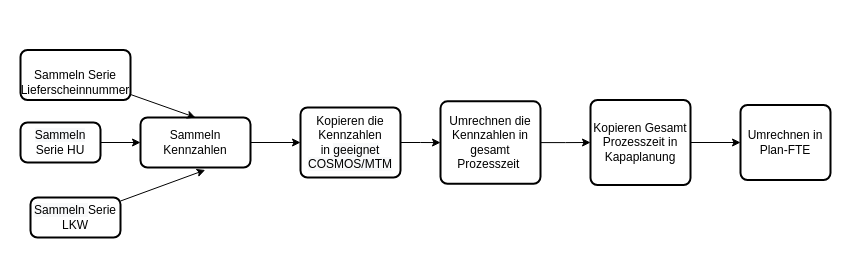
The draw.io diagram Kapaplanung.drawio in Ryuuko/drawIo, before the edit. Source tidied: cells renumbered, new cells numbered last; positions are measured from the earlier drawing's top-left corner, leaving out a move shared by most shapes. Both pictures are drawn from the tidied source at 100%, with x=0, y=0 at pixel (20, 49).
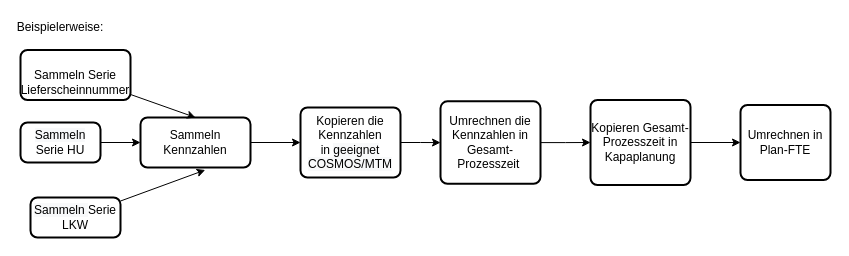
Above is the later version.

The edit, as a diff of the source:
```diff
@@
 <mxGraphModel>
   <root>
     <mxCell id="0" />
     <mxCell id="1" parent="0" />
     <mxCell id="2" style="edgeStyle=orthogonalEdgeStyle;rounded=0;jettySize=auto;html=1;" parent="1" edge="1" source="3" target="9">
       <mxGeometry relative="1" as="geometry" />
     </mxCell>
     <mxCell id="3" value="Sammeln Kennzahlen" style="rounded=1;whiteSpace=wrap;html=1;absoluteArcSize=1;arcSize=14;strokeWidth=2;" parent="1" vertex="1">
       <mxGeometry x="120" y="68" width="110" height="50" as="geometry" />
     </mxCell>
     <mxCell id="4" style="edgeStyle=orthogonalEdgeStyle;rounded=0;jettySize=auto;html=1;" parent="1" edge="1" source="5" target="7">
       <mxGeometry relative="1" as="geometry" />
     </mxCell>
-    <mxCell id="5" value="Umrechnen die Kennzahlen in gesamt Prozesszeit&amp;nbsp;" style="rounded=1;whiteSpace=wrap;html=1;absoluteArcSize=1;arcSize=14;strokeWidth=2;" parent="1" vertex="1">
+    <mxCell id="5" value="Umrechnen die Kennzahlen in Gesamt- Prozesszeit&amp;nbsp;" style="rounded=1;whiteSpace=wrap;html=1;absoluteArcSize=1;arcSize=14;strokeWidth=2;" parent="1" vertex="1">
       <mxGeometry x="420" y="51.8" width="100" height="82.5" as="geometry" />
     </mxCell>
     <mxCell id="6" style="edgeStyle=orthogonalEdgeStyle;rounded=0;jettySize=auto;html=1;" parent="1" edge="1" source="7" target="10">
       <mxGeometry relative="1" as="geometry" />
     </mxCell>
-    <mxCell id="7" value="Kopieren Gesamt Prozesszeit in Kapaplanung" style="rounded=1;whiteSpace=wrap;html=1;absoluteArcSize=1;arcSize=14;strokeWidth=2;" parent="1" vertex="1">
+    <mxCell id="7" value="Kopieren Gesamt- Prozesszeit in Kapaplanung" style="rounded=1;whiteSpace=wrap;html=1;absoluteArcSize=1;arcSize=14;strokeWidth=2;" parent="1" vertex="1">
       <mxGeometry x="570" y="50.5" width="100" height="85" as="geometry" />
     </mxCell>
     <mxCell id="8" style="edgeStyle=orthogonalEdgeStyle;rounded=0;jettySize=auto;html=1;" parent="1" edge="1" source="9" target="5">
       <mxGeometry relative="1" as="geometry" />
     </mxCell>
     <mxCell id="9" value="Kopieren die Kennzahlen in&amp;nbsp;&lt;span style=&quot;font: 12px / 1.2 &amp;#34;helvetica&amp;#34; ; text-align: center ; color: rgb(0 , 0 , 0) ; text-transform: none ; text-indent: 0px ; letter-spacing: normal ; text-decoration: none ; word-spacing: 0px ; display: inline ; float: none ; overflow-wrap: normal ; background-color: rgb(248 , 249 , 250)&quot;&gt;geeignet COSMOS/MTM&lt;/span&gt;" style="rounded=1;whiteSpace=wrap;html=1;absoluteArcSize=1;arcSize=14;strokeWidth=2;" parent="1" vertex="1">
       <mxGeometry x="280" y="58" width="100" height="70" as="geometry" />
     </mxCell>
     <mxCell id="10" value="Umrechnen in Plan-FTE" style="rounded=1;whiteSpace=wrap;html=1;absoluteArcSize=1;arcSize=14;strokeWidth=2;" parent="1" vertex="1">
       <mxGeometry x="720" y="55.5" width="90" height="75" as="geometry" />
     </mxCell>
     <mxCell id="11" style="rounded=0;jettySize=auto;html=1;entryX=0;entryY=0.5;entryDx=0;entryDy=0;" parent="1" edge="1" source="12" target="3">
       <mxGeometry relative="1" as="geometry" />
     </mxCell>
     <mxCell id="12" value="&lt;span style=&quot;font: 12px / 1.2 &amp;#34;helvetica&amp;#34; ; text-align: center ; color: rgb(0 , 0 , 0) ; text-transform: none ; text-indent: 0px ; letter-spacing: normal ; text-decoration: none ; word-spacing: 0px ; display: inline ; float: none ; overflow-wrap: normal ; background-color: rgb(248 , 249 , 250)&quot;&gt;Sammeln &lt;/span&gt;Serie HU" style="rounded=1;whiteSpace=wrap;html=1;absoluteArcSize=1;arcSize=14;strokeWidth=2;" parent="1" vertex="1">
       <mxGeometry y="73" width="80" height="40" as="geometry" />
     </mxCell>
     <mxCell id="13" style="edgeStyle=none;rounded=0;jettySize=auto;html=1;entryX=0.5;entryY=0;entryDx=0;entryDy=0;" parent="1" edge="1" source="14" target="3">
       <mxGeometry relative="1" as="geometry" />
     </mxCell>
     <mxCell id="14" value="&lt;br&gt;Sammeln Serie&lt;br&gt;Lieferscheinnummer" style="rounded=1;whiteSpace=wrap;html=1;absoluteArcSize=1;arcSize=14;strokeWidth=2;" parent="1" vertex="1">
       <mxGeometry y="0.5" width="110" height="50" as="geometry" />
     </mxCell>
     <mxCell id="15" style="rounded=0;jettySize=auto;html=1;entryX=0.588;entryY=1.05;entryDx=0;entryDy=0;entryPerimeter=0;" parent="1" edge="1" source="16" target="3">
       <mxGeometry relative="1" as="geometry" />
     </mxCell>
     <mxCell id="16" value="&lt;span style=&quot;font: 12px / 1.2 &amp;#34;helvetica&amp;#34; ; text-align: center ; color: rgb(0 , 0 , 0) ; text-transform: none ; text-indent: 0px ; letter-spacing: normal ; text-decoration: none ; word-spacing: 0px ; display: inline ; float: none ; overflow-wrap: normal ; background-color: rgb(248 , 249 , 250)&quot;&gt;Sammeln &lt;/span&gt;Serie LKW" style="rounded=1;whiteSpace=wrap;html=1;absoluteArcSize=1;arcSize=14;strokeWidth=2;" parent="1" vertex="1">
       <mxGeometry x="10" y="148" width="90" height="40" as="geometry" />
     </mxCell>
+    <mxCell id="17" value="Beispielerweise:" style="text;html=1;strokeColor=none;fillColor=none;align=center;verticalAlign=middle;whiteSpace=wrap;rounded=0;" parent="1" vertex="1">
+      <mxGeometry x="20" y="-32" width="40" height="20" as="geometry" />
+    </mxCell>
   </root>
 </mxGraphModel>
```
